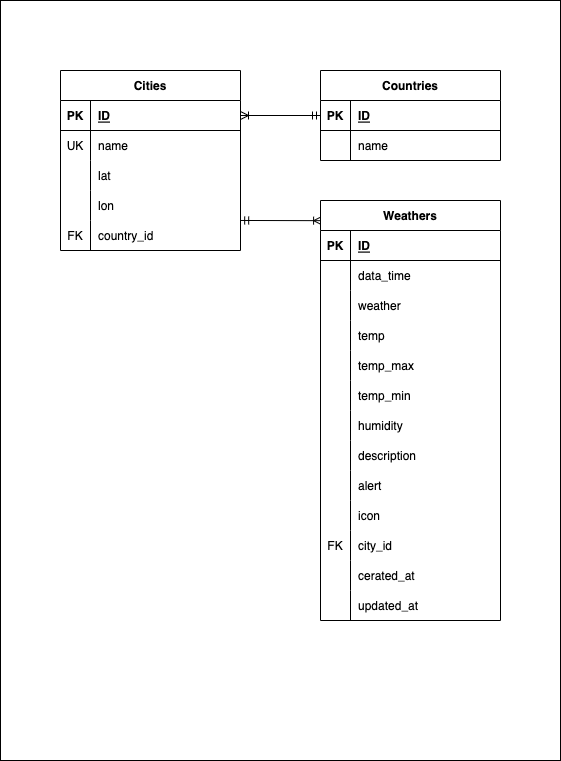
Before: documents/er.png, a diagram exported from draw.io (ytR8220/travel-weather). Source tidied: cells renumbered, new cells last; positions are measured from the earlier drawing's top-left corner, leaving out a move shared by most shapes.
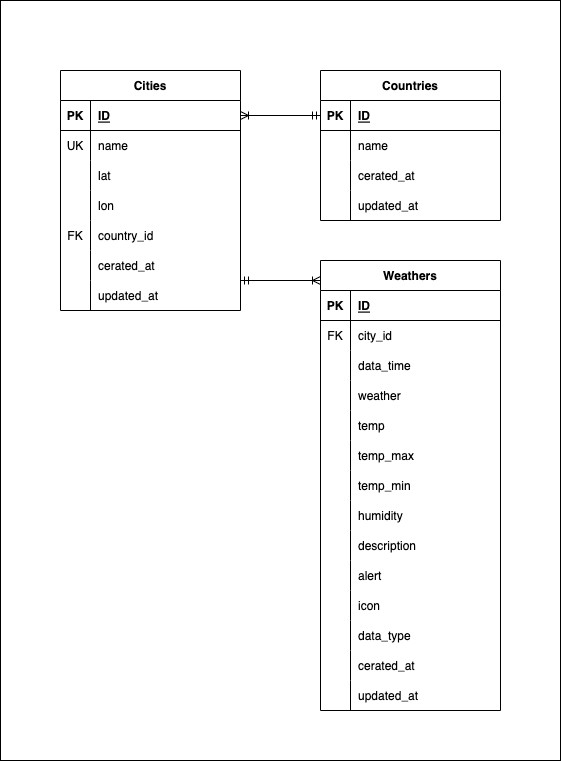
The same file after the commit.

The edit, as a diff of the source:
```diff
@@ -6,7 +6,7 @@
       <mxGeometry width="560" height="760" as="geometry" />
     </mxCell>
     <mxCell id="3" value="Cities" style="shape=table;startSize=30;rowLines=0;fontStyle=1;align=center;" parent="1" vertex="1">
-      <mxGeometry x="60" y="70" width="180" height="180" as="geometry" />
+      <mxGeometry x="60" y="70" width="180" height="240" as="geometry" />
     </mxCell>
     <mxCell id="4" style="shape=tableRow;horizontal=0;startSize=0;swimlaneHead=0;swimlaneBody=0;fillColor=none;points=[[0,0.5],[1,0.5]];portConstraint=eastwest;top=0;left=0;right=0;bottom=1;" parent="3" vertex="1">
       <mxGeometry y="30" width="180" height="30" as="geometry" />
@@ -44,20 +44,41 @@
     <mxCell id="15" value="lon" style="shape=partialRectangle;fillColor=none;top=0;left=0;bottom=0;right=0;align=left;spacingLeft=6;overflow=hidden;" parent="13" vertex="1">
       <mxGeometry x="30" width="150" height="30" as="geometry" />
     </mxCell>
+    <mxCell id="68" style="shape=tableRow;horizontal=0;startSize=0;swimlaneHead=0;swimlaneBody=0;fillColor=none;top=0;left=0;right=0;bottom=0;" parent="3" vertex="1">
+      <mxGeometry y="150" width="180" height="30" as="geometry" />
+    </mxCell>
+    <mxCell id="69" value="FK" style="shape=partialRectangle;fillColor=none;top=0;left=0;bottom=0;right=0;overflow=hidden;" parent="68" vertex="1">
+      <mxGeometry width="30" height="30" as="geometry" />
+    </mxCell>
+    <mxCell id="70" value="country_id" style="shape=partialRectangle;fillColor=none;top=0;left=0;bottom=0;right=0;align=left;spacingLeft=6;overflow=hidden;" parent="68" vertex="1">
+      <mxGeometry x="30" width="150" height="30" as="geometry" />
+    </mxCell>
+    <mxCell id="71" style="shape=tableRow;horizontal=0;startSize=0;swimlaneHead=0;swimlaneBody=0;fillColor=none;top=0;left=0;right=0;bottom=0;" parent="3" vertex="1">
+      <mxGeometry y="180" width="180" height="30" as="geometry" />
+    </mxCell>
+    <mxCell id="72" style="shape=partialRectangle;fillColor=none;top=0;left=0;bottom=0;right=0;overflow=hidden;" parent="71" vertex="1">
+      <mxGeometry width="30" height="30" as="geometry" />
+    </mxCell>
+    <mxCell id="73" value="cerated_at" style="shape=partialRectangle;fillColor=none;top=0;left=0;bottom=0;right=0;align=left;spacingLeft=6;overflow=hidden;" parent="71" vertex="1">
+      <mxGeometry x="30" width="150" height="30" as="geometry" />
+    </mxCell>
     <mxCell id="16" style="shape=tableRow;horizontal=0;startSize=0;swimlaneHead=0;swimlaneBody=0;fillColor=none;points=[[0,0.5],[1,0.5]];portConstraint=eastwest;top=0;left=0;right=0;bottom=0;" parent="3" vertex="1">
-      <mxGeometry y="150" width="180" height="30" as="geometry" />
+      <mxGeometry y="210" width="180" height="30" as="geometry" />
     </mxCell>
-    <mxCell id="17" value="FK" style="shape=partialRectangle;fillColor=none;top=0;left=0;bottom=0;right=0;overflow=hidden;" parent="16" vertex="1">
+    <mxCell id="17" style="shape=partialRectangle;fillColor=none;top=0;left=0;bottom=0;right=0;overflow=hidden;" parent="16" vertex="1">
       <mxGeometry width="30" height="30" as="geometry" />
     </mxCell>
-    <mxCell id="18" value="country_id" style="shape=partialRectangle;fillColor=none;top=0;left=0;bottom=0;right=0;align=left;spacingLeft=6;overflow=hidden;" parent="16" vertex="1">
+    <mxCell id="18" value="updated_at" style="shape=partialRectangle;fillColor=none;top=0;left=0;bottom=0;right=0;align=left;spacingLeft=6;overflow=hidden;" parent="16" vertex="1">
       <mxGeometry x="30" width="150" height="30" as="geometry" />
     </mxCell>
-    <mxCell id="19" style="fontSize=12;html=1;endArrow=ERmandOne;startArrow=ERoneToMany;startFill=0;endFill=0;exitX=0.006;exitY=0.048;exitDx=0;exitDy=0;exitPerimeter=0;entryX=1.001;entryY=-0.001;entryDx=0;entryDy=0;entryPerimeter=0;" parent="1" edge="1" source="20" target="16">
-      <mxGeometry relative="1" as="geometry" />
+    <mxCell id="19" style="fontSize=12;html=1;endArrow=ERmandOne;startArrow=ERoneToMany;startFill=0;endFill=0;" parent="1" edge="1">
+      <mxGeometry relative="1" as="geometry">
+        <mxPoint x="320" y="280" as="sourcePoint" />
+        <mxPoint x="240" y="280" as="targetPoint" />
+      </mxGeometry>
     </mxCell>
     <mxCell id="20" value="Weathers" style="shape=table;startSize=30;rowLines=0;fontStyle=1;align=center;" parent="1" vertex="1">
-      <mxGeometry x="320" y="200" width="180" height="420" as="geometry" />
+      <mxGeometry x="320" y="260" width="180" height="450" as="geometry" />
     </mxCell>
     <mxCell id="21" style="shape=tableRow;horizontal=0;startSize=0;swimlaneHead=0;swimlaneBody=0;fillColor=none;top=0;left=0;right=0;bottom=1;" parent="20" vertex="1">
       <mxGeometry y="30" width="180" height="30" as="geometry" />
@@ -71,14 +92,23 @@
     <mxCell id="24" style="shape=tableRow;horizontal=0;startSize=0;swimlaneHead=0;swimlaneBody=0;fillColor=none;top=0;left=0;right=0;bottom=0;" parent="20" vertex="1">
       <mxGeometry y="60" width="180" height="30" as="geometry" />
     </mxCell>
-    <mxCell id="25" style="shape=partialRectangle;fillColor=none;top=0;left=0;bottom=0;right=0;overflow=hidden;" parent="24" vertex="1">
+    <mxCell id="25" value="FK" style="shape=partialRectangle;fillColor=none;top=0;left=0;bottom=0;right=0;overflow=hidden;" parent="24" vertex="1">
       <mxGeometry width="30" height="30" as="geometry" />
     </mxCell>
-    <mxCell id="26" value="data_time" style="shape=partialRectangle;fillColor=none;top=0;left=0;bottom=0;right=0;align=left;spacingLeft=6;overflow=hidden;" parent="24" vertex="1">
+    <mxCell id="26" value="city_id" style="shape=partialRectangle;fillColor=none;top=0;left=0;bottom=0;right=0;align=left;spacingLeft=6;overflow=hidden;" parent="24" vertex="1">
       <mxGeometry x="30" width="150" height="30" as="geometry" />
     </mxCell>
+    <mxCell id="74" style="shape=tableRow;horizontal=0;startSize=0;swimlaneHead=0;swimlaneBody=0;fillColor=none;top=0;left=0;right=0;bottom=0;" parent="20" vertex="1">
+      <mxGeometry y="90" width="180" height="30" as="geometry" />
+    </mxCell>
+    <mxCell id="75" style="shape=partialRectangle;fillColor=none;top=0;left=0;bottom=0;right=0;overflow=hidden;" parent="74" vertex="1">
+      <mxGeometry width="30" height="30" as="geometry" />
+    </mxCell>
+    <mxCell id="76" value="data_time" style="shape=partialRectangle;fillColor=none;top=0;left=0;bottom=0;right=0;align=left;spacingLeft=6;overflow=hidden;" parent="74" vertex="1">
+      <mxGeometry x="30" width="150" height="30" as="geometry" />
+    </mxCell>
     <mxCell id="27" style="shape=tableRow;horizontal=0;startSize=0;swimlaneHead=0;swimlaneBody=0;fillColor=none;top=0;left=0;right=0;bottom=0;" parent="20" vertex="1">
-      <mxGeometry y="90" width="180" height="30" as="geometry" />
+      <mxGeometry y="120" width="180" height="30" as="geometry" />
     </mxCell>
     <mxCell id="28" style="shape=partialRectangle;fillColor=none;top=0;left=0;bottom=0;right=0;overflow=hidden;" parent="27" vertex="1">
       <mxGeometry width="30" height="30" as="geometry" />
@@ -87,7 +117,7 @@
       <mxGeometry x="30" width="150" height="30" as="geometry" />
     </mxCell>
     <mxCell id="30" style="shape=tableRow;horizontal=0;startSize=0;swimlaneHead=0;swimlaneBody=0;fillColor=none;top=0;left=0;right=0;bottom=0;" parent="20" vertex="1">
-      <mxGeometry y="120" width="180" height="30" as="geometry" />
+      <mxGeometry y="150" width="180" height="30" as="geometry" />
     </mxCell>
     <mxCell id="31" style="shape=partialRectangle;fillColor=none;top=0;left=0;bottom=0;right=0;overflow=hidden;" parent="30" vertex="1">
       <mxGeometry width="30" height="30" as="geometry" />
@@ -96,7 +126,7 @@
       <mxGeometry x="30" width="150" height="30" as="geometry" />
     </mxCell>
     <mxCell id="33" style="shape=tableRow;horizontal=0;startSize=0;swimlaneHead=0;swimlaneBody=0;fillColor=none;top=0;left=0;right=0;bottom=0;" parent="20" vertex="1">
-      <mxGeometry y="150" width="180" height="30" as="geometry" />
+      <mxGeometry y="180" width="180" height="30" as="geometry" />
     </mxCell>
     <mxCell id="34" style="shape=partialRectangle;fillColor=none;top=0;left=0;bottom=0;right=0;overflow=hidden;" parent="33" vertex="1">
       <mxGeometry width="30" height="30" as="geometry" />
@@ -105,7 +135,7 @@
       <mxGeometry x="30" width="150" height="30" as="geometry" />
     </mxCell>
     <mxCell id="36" style="shape=tableRow;horizontal=0;startSize=0;swimlaneHead=0;swimlaneBody=0;fillColor=none;top=0;left=0;right=0;bottom=0;" parent="20" vertex="1">
-      <mxGeometry y="180" width="180" height="30" as="geometry" />
+      <mxGeometry y="210" width="180" height="30" as="geometry" />
     </mxCell>
     <mxCell id="37" style="shape=partialRectangle;fillColor=none;top=0;left=0;bottom=0;right=0;overflow=hidden;" parent="36" vertex="1">
       <mxGeometry width="30" height="30" as="geometry" />
@@ -114,7 +144,7 @@
       <mxGeometry x="30" width="150" height="30" as="geometry" />
     </mxCell>
     <mxCell id="39" style="shape=tableRow;horizontal=0;startSize=0;swimlaneHead=0;swimlaneBody=0;fillColor=none;top=0;left=0;right=0;bottom=0;" parent="20" vertex="1">
-      <mxGeometry y="210" width="180" height="30" as="geometry" />
+      <mxGeometry y="240" width="180" height="30" as="geometry" />
     </mxCell>
     <mxCell id="40" style="shape=partialRectangle;fillColor=none;top=0;left=0;bottom=0;right=0;overflow=hidden;" parent="39" vertex="1">
       <mxGeometry width="30" height="30" as="geometry" />
@@ -123,7 +153,7 @@
       <mxGeometry x="30" width="150" height="30" as="geometry" />
     </mxCell>
     <mxCell id="42" style="shape=tableRow;horizontal=0;startSize=0;swimlaneHead=0;swimlaneBody=0;fillColor=none;top=0;left=0;right=0;bottom=0;" parent="20" vertex="1">
-      <mxGeometry y="240" width="180" height="30" as="geometry" />
+      <mxGeometry y="270" width="180" height="30" as="geometry" />
     </mxCell>
     <mxCell id="43" style="shape=partialRectangle;fillColor=none;top=0;left=0;bottom=0;right=0;overflow=hidden;" parent="42" vertex="1">
       <mxGeometry width="30" height="30" as="geometry" />
@@ -132,7 +162,7 @@
       <mxGeometry x="30" width="150" height="30" as="geometry" />
     </mxCell>
     <mxCell id="45" style="shape=tableRow;horizontal=0;startSize=0;swimlaneHead=0;swimlaneBody=0;fillColor=none;top=0;left=0;right=0;bottom=0;" parent="20" vertex="1">
-      <mxGeometry y="270" width="180" height="30" as="geometry" />
+      <mxGeometry y="300" width="180" height="30" as="geometry" />
     </mxCell>
     <mxCell id="46" style="shape=partialRectangle;fillColor=none;top=0;left=0;bottom=0;right=0;overflow=hidden;" parent="45" vertex="1">
       <mxGeometry width="30" height="30" as="geometry" />
@@ -141,7 +171,7 @@
       <mxGeometry x="30" width="150" height="30" as="geometry" />
     </mxCell>
     <mxCell id="48" style="shape=tableRow;horizontal=0;startSize=0;swimlaneHead=0;swimlaneBody=0;fillColor=none;top=0;left=0;right=0;bottom=0;" parent="20" vertex="1">
-      <mxGeometry y="300" width="180" height="30" as="geometry" />
+      <mxGeometry y="330" width="180" height="30" as="geometry" />
     </mxCell>
     <mxCell id="49" style="shape=partialRectangle;fillColor=none;top=0;left=0;bottom=0;right=0;overflow=hidden;" parent="48" vertex="1">
       <mxGeometry width="30" height="30" as="geometry" />
@@ -150,16 +180,16 @@
       <mxGeometry x="30" width="150" height="30" as="geometry" />
     </mxCell>
     <mxCell id="51" style="shape=tableRow;horizontal=0;startSize=0;swimlaneHead=0;swimlaneBody=0;fillColor=none;top=0;left=0;right=0;bottom=0;" parent="20" vertex="1">
-      <mxGeometry y="330" width="180" height="30" as="geometry" />
+      <mxGeometry y="360" width="180" height="30" as="geometry" />
     </mxCell>
-    <mxCell id="52" value="FK" style="shape=partialRectangle;fillColor=none;top=0;left=0;bottom=0;right=0;overflow=hidden;" parent="51" vertex="1">
+    <mxCell id="52" style="shape=partialRectangle;fillColor=none;top=0;left=0;bottom=0;right=0;overflow=hidden;" parent="51" vertex="1">
       <mxGeometry width="30" height="30" as="geometry" />
     </mxCell>
-    <mxCell id="53" value="city_id" style="shape=partialRectangle;fillColor=none;top=0;left=0;bottom=0;right=0;align=left;spacingLeft=6;overflow=hidden;" parent="51" vertex="1">
+    <mxCell id="53" value="data_type" style="shape=partialRectangle;fillColor=none;top=0;left=0;bottom=0;right=0;align=left;spacingLeft=6;overflow=hidden;" parent="51" vertex="1">
       <mxGeometry x="30" width="150" height="30" as="geometry" />
     </mxCell>
     <mxCell id="54" style="shape=tableRow;horizontal=0;startSize=0;swimlaneHead=0;swimlaneBody=0;fillColor=none;top=0;left=0;right=0;bottom=0;" parent="20" vertex="1">
-      <mxGeometry y="360" width="180" height="30" as="geometry" />
+      <mxGeometry y="390" width="180" height="30" as="geometry" />
     </mxCell>
     <mxCell id="55" style="shape=partialRectangle;fillColor=none;top=0;left=0;bottom=0;right=0;overflow=hidden;" parent="54" vertex="1">
       <mxGeometry width="30" height="30" as="geometry" />
@@ -168,7 +198,7 @@
       <mxGeometry x="30" width="150" height="30" as="geometry" />
     </mxCell>
     <mxCell id="57" style="shape=tableRow;horizontal=0;startSize=0;swimlaneHead=0;swimlaneBody=0;fillColor=none;top=0;left=0;right=0;bottom=0;" parent="20" vertex="1">
-      <mxGeometry y="390" width="180" height="30" as="geometry" />
+      <mxGeometry y="420" width="180" height="30" as="geometry" />
     </mxCell>
     <mxCell id="58" style="shape=partialRectangle;fillColor=none;top=0;left=0;bottom=0;right=0;overflow=hidden;" parent="57" vertex="1">
       <mxGeometry width="30" height="30" as="geometry" />
@@ -177,7 +207,7 @@
       <mxGeometry x="30" width="150" height="30" as="geometry" />
     </mxCell>
     <mxCell id="60" value="Countries" style="shape=table;startSize=30;rowLines=0;fontStyle=1;align=center;" parent="1" vertex="1">
-      <mxGeometry x="320" y="70" width="180" height="90" as="geometry" />
+      <mxGeometry x="320" y="70" width="180" height="150" as="geometry" />
     </mxCell>
     <mxCell id="61" style="shape=tableRow;horizontal=0;startSize=0;swimlaneHead=0;swimlaneBody=0;fillColor=none;points=[[0,0.5],[1,0.5]];portConstraint=eastwest;top=0;left=0;right=0;bottom=1;" parent="60" vertex="1">
       <mxGeometry y="30" width="180" height="30" as="geometry" />
@@ -197,7 +227,25 @@
     <mxCell id="66" value="name" style="shape=partialRectangle;fillColor=none;top=0;left=0;bottom=0;right=0;align=left;spacingLeft=6;overflow=hidden;" parent="64" vertex="1">
       <mxGeometry x="30" width="150" height="30" as="geometry" />
     </mxCell>
+    <mxCell id="77" style="shape=tableRow;horizontal=0;startSize=0;swimlaneHead=0;swimlaneBody=0;fillColor=none;top=0;left=0;right=0;bottom=0;" parent="60" vertex="1">
+      <mxGeometry y="90" width="180" height="30" as="geometry" />
+    </mxCell>
+    <mxCell id="78" style="shape=partialRectangle;fillColor=none;top=0;left=0;bottom=0;right=0;overflow=hidden;" parent="77" vertex="1">
+      <mxGeometry width="30" height="30" as="geometry" />
+    </mxCell>
+    <mxCell id="79" value="cerated_at" style="shape=partialRectangle;fillColor=none;top=0;left=0;bottom=0;right=0;align=left;spacingLeft=6;overflow=hidden;" parent="77" vertex="1">
+      <mxGeometry x="30" width="150" height="30" as="geometry" />
+    </mxCell>
+    <mxCell id="80" style="shape=tableRow;horizontal=0;startSize=0;swimlaneHead=0;swimlaneBody=0;fillColor=none;top=0;left=0;right=0;bottom=0;" parent="60" vertex="1">
+      <mxGeometry y="120" width="180" height="30" as="geometry" />
+    </mxCell>
+    <mxCell id="81" style="shape=partialRectangle;fillColor=none;top=0;left=0;bottom=0;right=0;overflow=hidden;" parent="80" vertex="1">
+      <mxGeometry width="30" height="30" as="geometry" />
+    </mxCell>
+    <mxCell id="82" value="updated_at" style="shape=partialRectangle;fillColor=none;top=0;left=0;bottom=0;right=0;align=left;spacingLeft=6;overflow=hidden;" parent="80" vertex="1">
+      <mxGeometry x="30" width="150" height="30" as="geometry" />
+    </mxCell>
-    <mxCell id="67" style="fontSize=12;html=1;endArrow=ERoneToMany;startArrow=ERmandOne;entryX=1;entryY=0.5;entryDx=0;entryDy=0;" parent="1" edge="1" source="60" target="4">
+    <mxCell id="67" style="fontSize=12;html=1;endArrow=ERoneToMany;startArrow=ERmandOne;entryX=1;entryY=0.5;entryDx=0;entryDy=0;exitX=0;exitY=0.5;exitDx=0;exitDy=0;" parent="1" edge="1" source="61" target="4">
       <mxGeometry relative="1" as="geometry" />
     </mxCell>
   </root>
```
